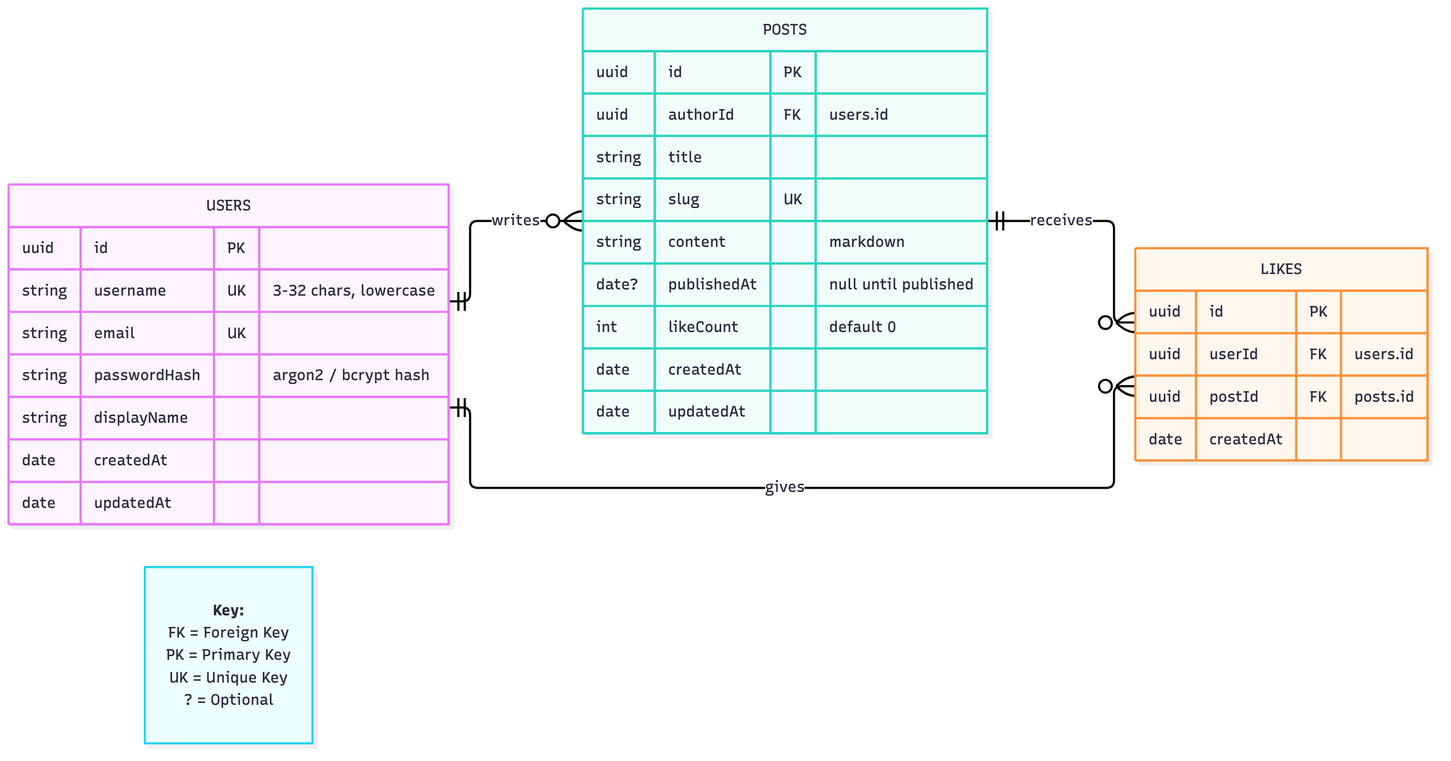
Earlier version of the Mermaid export graphs/erd.png (bobbymannino/comp3006). Its source is kept beside it as graphs/erd.mmd.
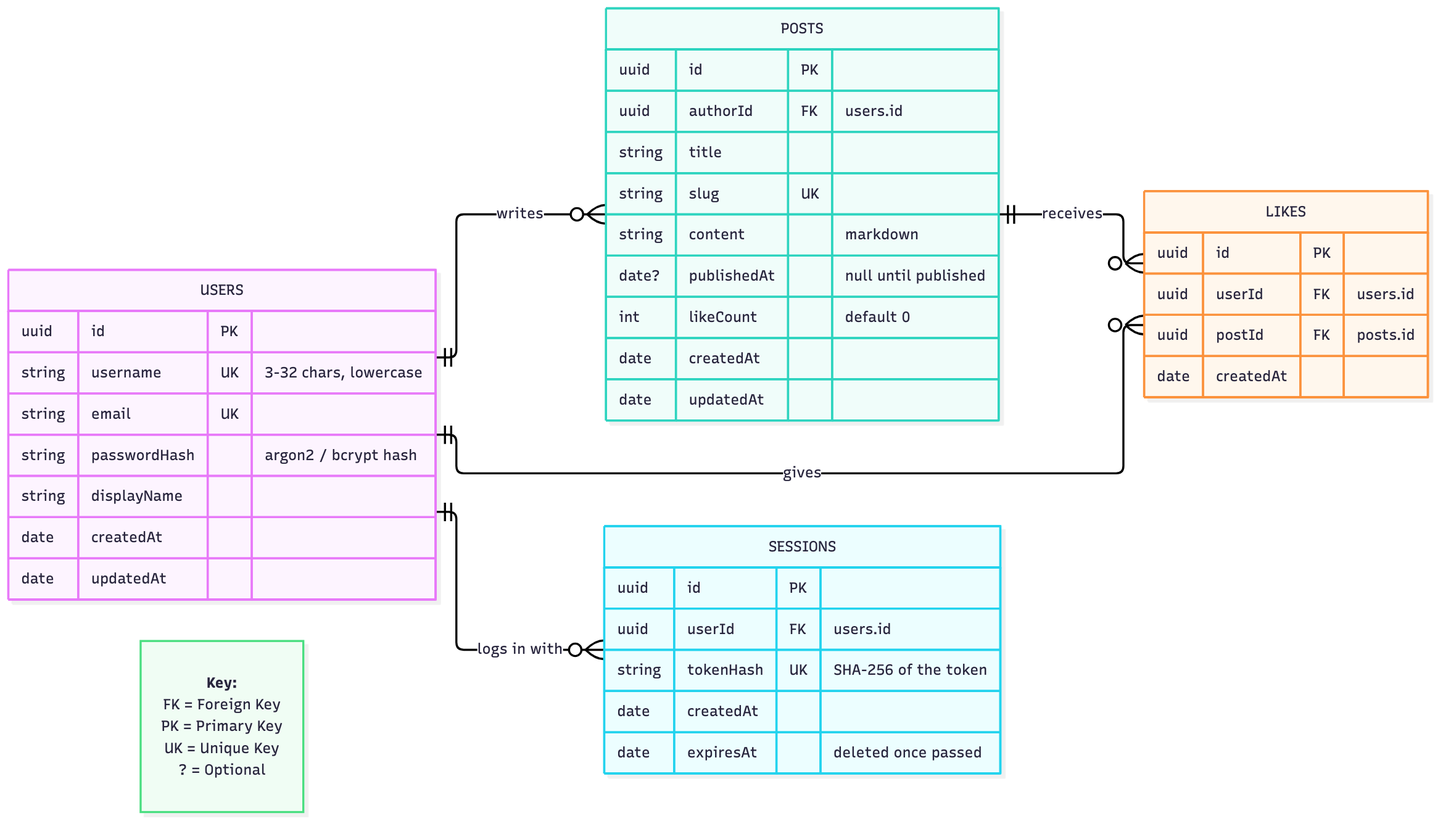
The same diagram one commit later.

Commit message:
docs: add sessions table to erd

The edit, as a diff of the source:
```diff
@@ -29,8 +29,17 @@
         date createdAt
     }
 
+    SESSIONS {
+        uuid id PK
+        uuid userId FK "users.id"
+        string tokenHash UK "SHA-256 of the token"
+        date createdAt
+        date expiresAt "deleted once passed"
+    }
+
     USERS ||--o{ POSTS : writes
     USERS ||--o{ LIKES : gives
     POSTS ||--o{ LIKES : receives
+    USERS ||--o{ SESSIONS : "logs in with"
 
     "**Key:**<br>FK = Foreign Key<br>PK = Primary Key<br>UK = Unique Key<br>? = Optional"
```
